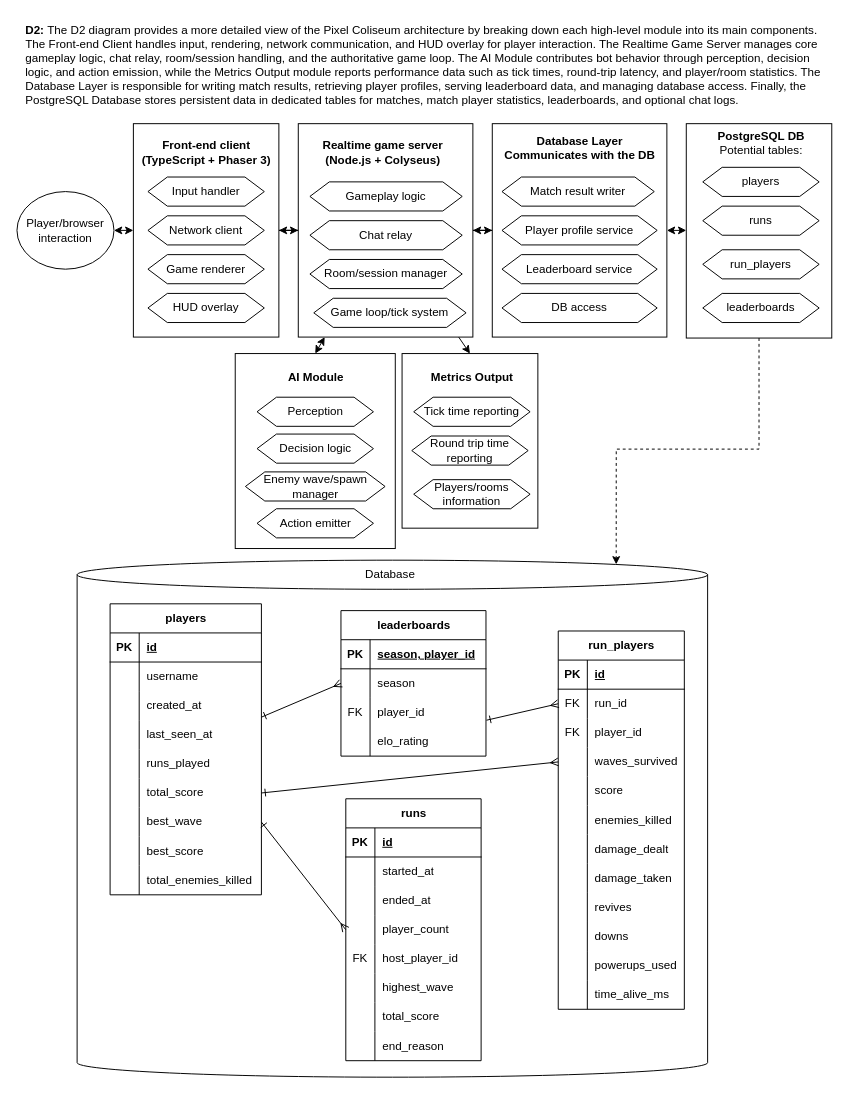
The draw.io diagram assignments/Design_Diagrams/D2.drawio in Camslaw/pixel-coliseum, before the edit. Source tidied: cells renumbered, new cells numbered last; positions are measured from the earlier drawing's top-left corner, leaving out a move shared by most shapes. Both pictures are drawn from the tidied source at 97%, with x=0, y=0 at pixel (16, 16).
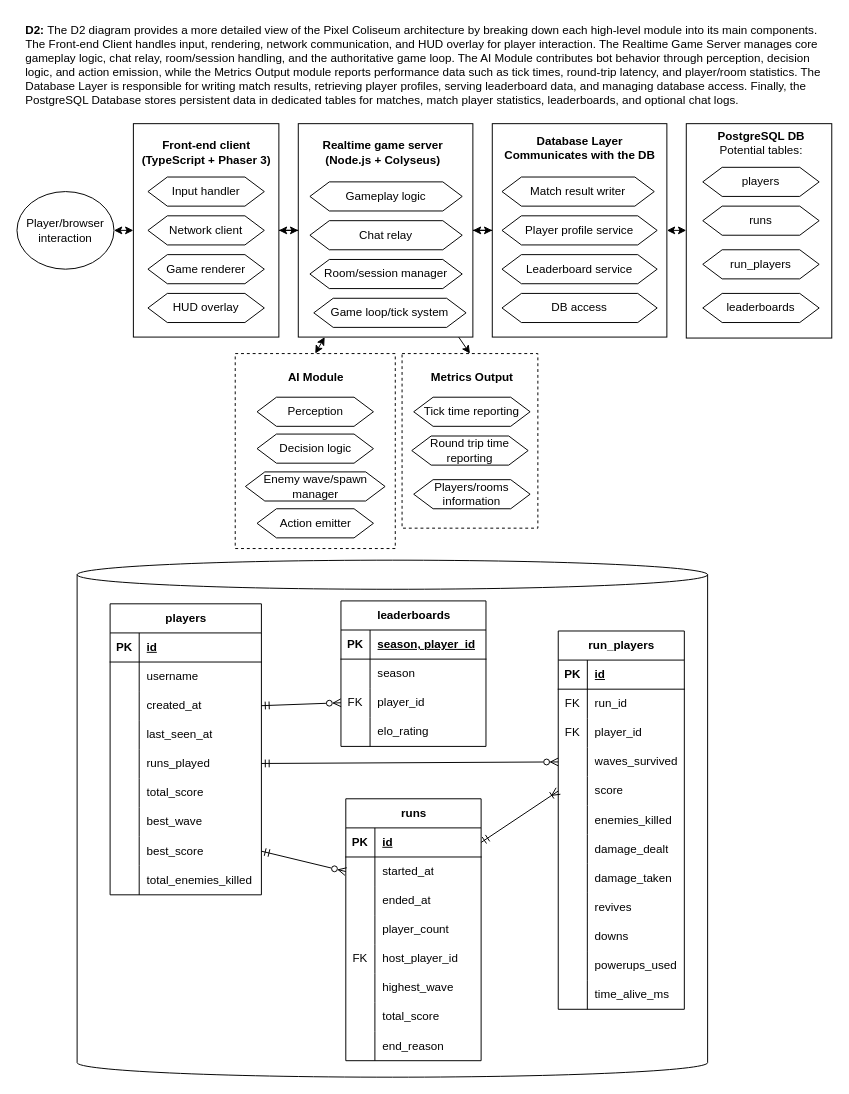
The same page after the edit.

Commit message (it also covers changes not shown here):
Add scoping, adjust readme and diagram 2

The change refers to these unchanged cells:
```xml
<mxCell id="2" style="shape=cylinder3;whiteSpace=wrap;html=1;boundedLbl=1;backgroundOutline=1;size=15;" parent="1" vertex="1">
  <mxGeometry x="62" y="560" width="650" height="533" as="geometry" />
</mxCell>
<mxCell id="10" style="rounded=0;whiteSpace=wrap;html=1;" parent="1" vertex="1">
  <mxGeometry x="690" y="110" width="150" height="221" as="geometry" />
</mxCell>
<mxCell id="46" value="players" style="shape=table;startSize=30;childLayout=tableLayout;rowLines=0;fontStyle=1;align=center;html=1;" parent="1" vertex="1">
  <mxGeometry x="96" y="605" width="156" height="300" as="geometry" />
</mxCell>
<mxCell id="53" style="shape=tableRow;horizontal=0;startSize=0;swimlaneHead=0;swimlaneBody=0;fillColor=none;points=[[0,0.5],[1,0.5]];portConstraint=eastwest;top=0;left=0;right=0;bottom=0;" parent="46" vertex="1">
  <mxGeometry y="90" width="156" height="30" as="geometry" />
</mxCell>
<mxCell id="59" style="shape=tableRow;horizontal=0;startSize=0;swimlaneHead=0;swimlaneBody=0;fillColor=none;points=[[0,0.5],[1,0.5]];portConstraint=eastwest;top=0;left=0;right=0;bottom=0;" parent="46" vertex="1">
  <mxGeometry y="150" width="156" height="30" as="geometry" />
</mxCell>
<mxCell id="62" style="shape=tableRow;horizontal=0;startSize=0;swimlaneHead=0;swimlaneBody=0;fillColor=none;points=[[0,0.5],[1,0.5]];portConstraint=eastwest;top=0;left=0;right=0;bottom=0;" parent="46" vertex="1">
  <mxGeometry y="180" width="156" height="30" as="geometry" />
</mxCell>
<mxCell id="65" style="shape=tableRow;horizontal=0;startSize=0;swimlaneHead=0;swimlaneBody=0;fillColor=none;points=[[0,0.5],[1,0.5]];portConstraint=eastwest;top=0;left=0;right=0;bottom=0;" parent="46" vertex="1">
  <mxGeometry y="210" width="156" height="30" as="geometry" />
</mxCell>
<mxCell id="68" style="shape=tableRow;horizontal=0;startSize=0;swimlaneHead=0;swimlaneBody=0;fillColor=none;points=[[0,0.5],[1,0.5]];portConstraint=eastwest;top=0;left=0;right=0;bottom=0;" parent="46" vertex="1">
  <mxGeometry y="240" width="156" height="30" as="geometry" />
</mxCell>
<mxCell id="75" style="shape=tableRow;horizontal=0;startSize=0;swimlaneHead=0;swimlaneBody=0;fillColor=none;points=[[0,0.5],[1,0.5]];portConstraint=eastwest;top=0;left=0;right=0;bottom=1;" parent="74" vertex="1">
  <mxGeometry y="30" width="139.5" height="30" as="geometry" />
</mxCell>
<mxCell id="78" style="shape=tableRow;horizontal=0;startSize=0;swimlaneHead=0;swimlaneBody=0;fillColor=none;points=[[0,0.5],[1,0.5]];portConstraint=eastwest;top=0;left=0;right=0;bottom=0;" parent="74" vertex="1">
  <mxGeometry y="60" width="139.5" height="30" as="geometry" />
</mxCell>
<mxCell id="84" style="shape=tableRow;horizontal=0;startSize=0;swimlaneHead=0;swimlaneBody=0;fillColor=none;points=[[0,0.5],[1,0.5]];portConstraint=eastwest;top=0;left=0;right=0;bottom=0;" parent="74" vertex="1">
  <mxGeometry y="120" width="139.5" height="30" as="geometry" />
</mxCell>
<mxCell id="103" style="shape=tableRow;horizontal=0;startSize=0;swimlaneHead=0;swimlaneBody=0;fillColor=none;points=[[0,0.5],[1,0.5]];portConstraint=eastwest;top=0;left=0;right=0;bottom=0;" parent="99" vertex="1">
  <mxGeometry y="60" width="130" height="30" as="geometry" />
</mxCell>
<mxCell id="109" style="shape=tableRow;horizontal=0;startSize=0;swimlaneHead=0;swimlaneBody=0;fillColor=none;points=[[0,0.5],[1,0.5]];portConstraint=eastwest;top=0;left=0;right=0;bottom=0;" parent="99" vertex="1">
  <mxGeometry y="120" width="130" height="30" as="geometry" />
</mxCell>
<mxCell id="112" style="shape=tableRow;horizontal=0;startSize=0;swimlaneHead=0;swimlaneBody=0;fillColor=none;points=[[0,0.5],[1,0.5]];portConstraint=eastwest;top=0;left=0;right=0;bottom=0;" parent="99" vertex="1">
  <mxGeometry y="150" width="130" height="30" as="geometry" />
</mxCell>
<mxCell id="140" style="shape=tableRow;horizontal=0;startSize=0;swimlaneHead=0;swimlaneBody=0;fillColor=none;points=[[0,0.5],[1,0.5]];portConstraint=eastwest;top=0;left=0;right=0;bottom=0;" parent="136" vertex="1">
  <mxGeometry y="60" width="149.5" height="30" as="geometry" />
</mxCell>
<mxCell id="143" style="shape=tableRow;horizontal=0;startSize=0;swimlaneHead=0;swimlaneBody=0;fillColor=none;points=[[0,0.5],[1,0.5]];portConstraint=eastwest;top=0;left=0;right=0;bottom=0;" parent="136" vertex="1">
  <mxGeometry y="90" width="149.5" height="30" as="geometry" />
</mxCell>
```

Diff of the diagram source:
```diff
@@
-    <mxCell id="15" style="rounded=0;whiteSpace=wrap;html=1;" parent="1" vertex="1">
+    <mxCell id="15" style="rounded=0;whiteSpace=wrap;html=1;dashed=1;" parent="1" vertex="1">
       <mxGeometry x="397" y="347" width="140" height="180" as="geometry" />
     </mxCell>
-    <mxCell id="16" style="rounded=0;whiteSpace=wrap;html=1;" parent="1" vertex="1">
+    <mxCell id="16" style="rounded=0;whiteSpace=wrap;html=1;dashed=1;" parent="1" vertex="1">
       <mxGeometry x="225" y="347" width="165" height="201" as="geometry" />
     </mxCell>
@@
-    <mxCell id="45" style="rounded=0;jettySize=auto;html=1;entryX=0;entryY=0.5;entryDx=0;entryDy=0;startArrow=ERone;startFill=0;endArrow=ERmany;endFill=0;" parent="1" edge="1" source="46" target="140">
-      <mxGeometry relative="1" as="geometry" />
-    </mxCell>
@@
     <mxCell id="136" value="leaderboards" style="shape=table;startSize=30;childLayout=tableLayout;rowLines=0;fontStyle=1;align=center;html=1;" parent="1" vertex="1">
-      <mxGeometry x="334" y="612" width="149.5" height="150" as="geometry" />
+      <mxGeometry x="334" y="602" width="149.5" height="150" as="geometry" />
     </mxCell>
@@
-    <mxCell id="149" style="rounded=0;jettySize=auto;html=1;entryX=0;entryY=0.5;entryDx=0;entryDy=0;endArrow=ERmany;endFill=0;startArrow=ERone;startFill=0;exitX=1;exitY=0.5;exitDx=0;exitDy=0;" parent="1" edge="1" source="62" target="109">
-      <mxGeometry relative="1" as="geometry" />
-    </mxCell>
-    <mxCell id="150" style="rounded=0;jettySize=auto;html=1;entryX=0;entryY=0.5;entryDx=0;entryDy=0;startArrow=ERone;startFill=0;endArrow=ERmany;endFill=0;" parent="1" edge="1" target="103">
-      <mxGeometry relative="1" as="geometry">
-        <mxPoint x="484" y="725" as="sourcePoint" />
-      </mxGeometry>
-    </mxCell>
-    <mxCell id="151" style="rounded=0;jettySize=auto;html=1;entryX=0;entryY=0.5;entryDx=0;entryDy=0;startArrow=ERone;startFill=0;endArrow=ERmany;endFill=0;exitX=1;exitY=0.5;exitDx=0;exitDy=0;" parent="1" edge="1" source="65" target="84">
-      <mxGeometry relative="1" as="geometry" />
-    </mxCell>
@@
-    <mxCell id="153" style="edgeStyle=orthogonalEdgeStyle;rounded=0;jettySize=auto;html=1;entryX=0.855;entryY=0;entryDx=0;entryDy=4.35;entryPerimeter=0;dashed=1;" parent="1" edge="1" source="10" target="2">
-      <mxGeometry relative="1" as="geometry" />
-    </mxCell>
-    <mxCell id="154" value="Database" style="text;html=1;whiteSpace=wrap;strokeColor=none;fillColor=none;align=center;verticalAlign=middle;rounded=0;" parent="1" vertex="1">
-      <mxGeometry x="354.5" y="560" width="60" height="30" as="geometry" />
-    </mxCell>
+    <mxCell id="155" style="rounded=0;jettySize=auto;html=1;exitX=1;exitY=0.5;exitDx=0;exitDy=0;entryX=0;entryY=0.5;entryDx=0;entryDy=0;startArrow=ERmandOne;startFill=0;endArrow=ERzeroToMany;endFill=0;" parent="1" edge="1" source="68" target="78">
+      <mxGeometry relative="1" as="geometry" />
+    </mxCell>
+    <mxCell id="156" style="rounded=0;jettySize=auto;html=1;exitX=1;exitY=0.5;exitDx=0;exitDy=0;entryX=0;entryY=0.5;entryDx=0;entryDy=0;startArrow=ERmandOne;startFill=0;endArrow=ERoneToMany;endFill=0;" parent="1" edge="1" source="75" target="112">
+      <mxGeometry relative="1" as="geometry" />
+    </mxCell>
+    <mxCell id="157" style="rounded=0;jettySize=auto;html=1;entryX=0;entryY=0.5;entryDx=0;entryDy=0;startArrow=ERmandOne;startFill=0;endArrow=ERzeroToMany;endFill=0;" parent="1" edge="1" source="59" target="109">
+      <mxGeometry relative="1" as="geometry" />
+    </mxCell>
+    <mxCell id="158" style="rounded=0;jettySize=auto;html=1;exitX=1;exitY=0.5;exitDx=0;exitDy=0;entryX=0;entryY=0.5;entryDx=0;entryDy=0;startArrow=ERmandOne;startFill=0;endArrow=ERzeroToMany;endFill=0;" parent="1" edge="1" source="53" target="143">
+      <mxGeometry relative="1" as="geometry" />
+    </mxCell>
```
